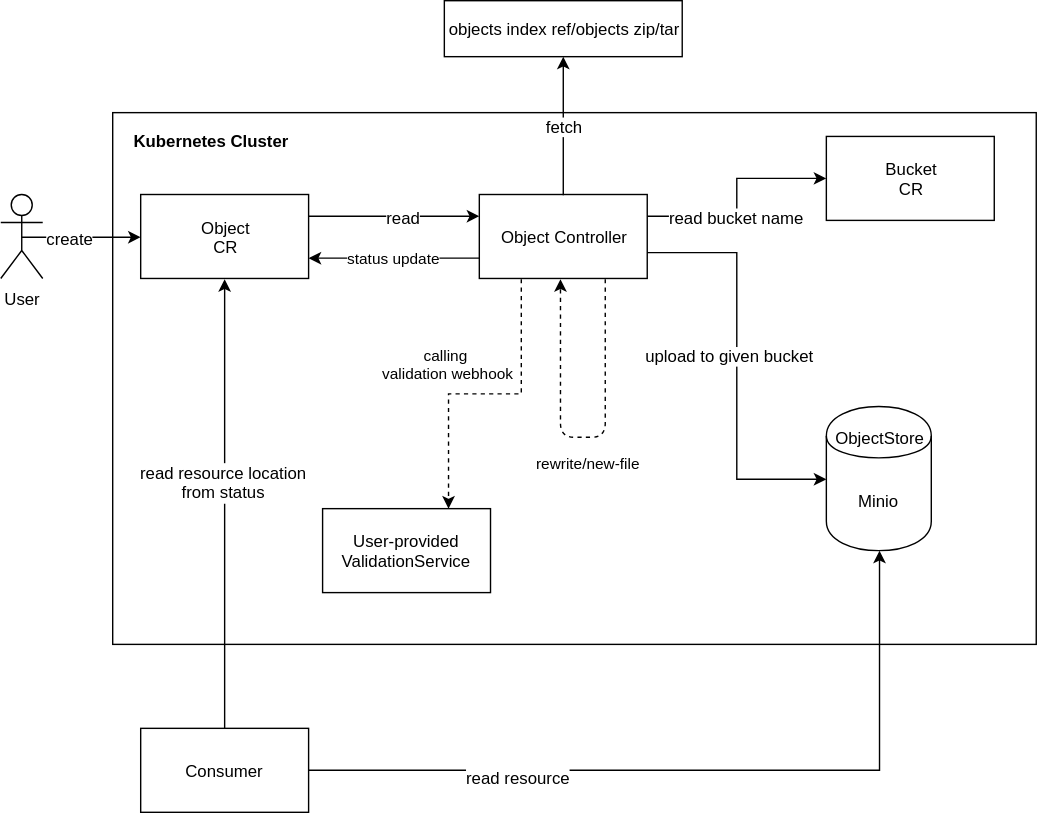
This is sig-and-wg/sig-core/proposals/assets/storage.svg from kyma-project/community, a draw.io export, as it was before one commit. Source tidied: cells renumbered, new cells last; positions are measured from the earlier drawing's top-left corner, leaving out a move shared by most shapes.
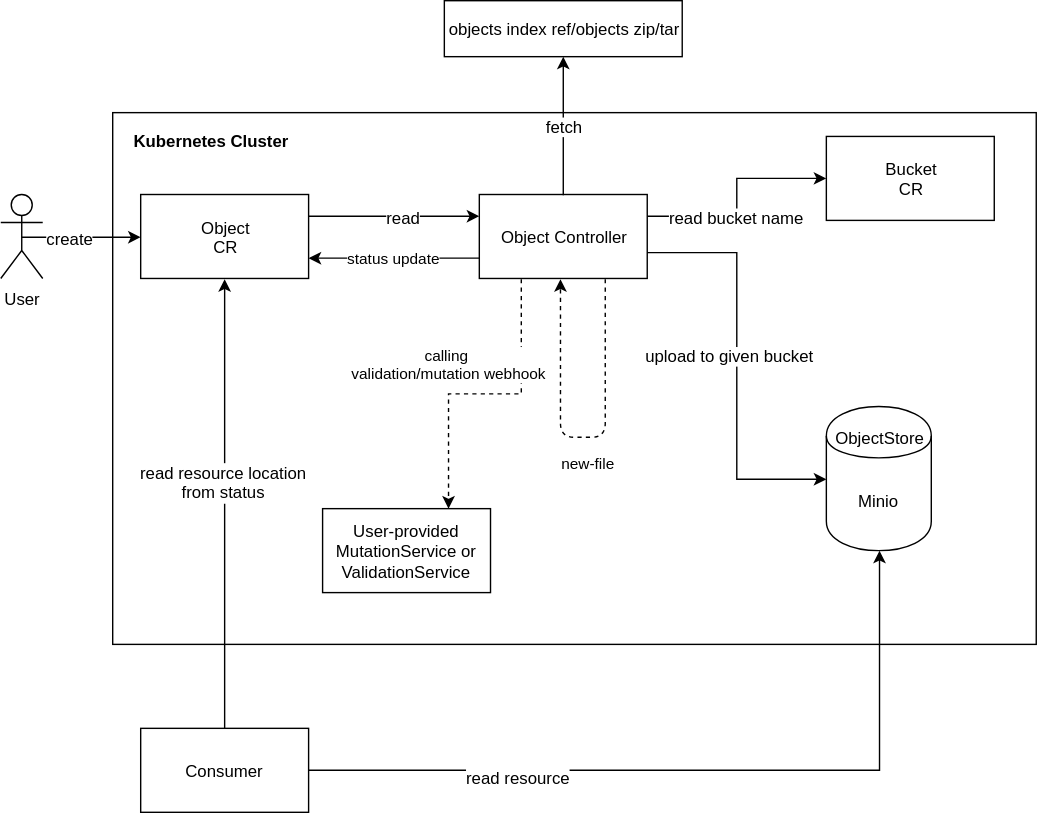
The same diagram one commit later.

What changed in the source:
```diff
@@ -38,7 +38,7 @@
     <mxCell id="10" value="read bucket name" style="text;html=1;align=center;verticalAlign=middle;labelBackgroundColor=#ffffff;" parent="9" vertex="1">
       <mxGeometry x="-0.19" relative="1" as="geometry" />
     </mxCell>
-    <mxCell id="11" value="&lt;span&gt;calling&amp;nbsp;&lt;/span&gt;&lt;br&gt;&lt;span&gt;validation webhook&lt;/span&gt;" style="edgeStyle=orthogonalEdgeStyle;rounded=0;html=1;exitX=0.25;exitY=1;entryX=0.75;entryY=0;dashed=1;jettySize=auto;" parent="1" edge="1" source="12" target="29">
+    <mxCell id="11" value="&lt;span&gt;calling&amp;nbsp;&lt;/span&gt;&lt;br&gt;&lt;span&gt;validation/mutation webhook&lt;/span&gt;" style="edgeStyle=orthogonalEdgeStyle;rounded=0;html=1;exitX=0.25;exitY=1;entryX=0.75;entryY=0;dashed=1;jettySize=auto;" parent="1" edge="1" source="12" target="29">
       <mxGeometry x="0.24" y="-21" relative="1" as="geometry">
         <mxPoint x="21" y="-21" as="offset" />
       </mxGeometry>
@@ -58,7 +58,7 @@
     <mxCell id="16" value="objects index ref/objects zip/tar&lt;br&gt;" style="rounded=0;whiteSpace=wrap;html=1;fillColor=none;align=center;" parent="1" vertex="1">
       <mxGeometry x="317" width="170" height="40" as="geometry" />
     </mxCell>
-    <mxCell id="17" value="rewrite/new-file" style="edgeStyle=orthogonalEdgeStyle;rounded=1;html=1;jettySize=auto;exitX=0.75;exitY=1;dashed=1;" parent="1" edge="1" source="12">
+    <mxCell id="17" value="new-file" style="edgeStyle=orthogonalEdgeStyle;rounded=1;html=1;jettySize=auto;exitX=0.75;exitY=1;dashed=1;" parent="1" edge="1" source="12">
       <mxGeometry x="-0.12" y="-22" relative="1" as="geometry">
         <mxPoint x="400" y="199" as="targetPoint" />
         <Array as="points">
@@ -101,7 +101,7 @@
     <mxCell id="28" value="Bucket&lt;br&gt;CR&lt;br&gt;" style="rounded=0;whiteSpace=wrap;html=1;fillColor=none;align=center;" parent="1" vertex="1">
       <mxGeometry x="590" y="97" width="120" height="60" as="geometry" />
     </mxCell>
-    <mxCell id="29" value="User-provided&lt;br&gt;ValidationService&lt;br&gt;" style="rounded=0;whiteSpace=wrap;html=1;fillColor=none;align=center;" parent="1" vertex="1">
+    <mxCell id="29" value="User-provided&lt;br&gt;MutationService or ValidationService&lt;br&gt;" style="rounded=0;whiteSpace=wrap;html=1;fillColor=none;align=center;" parent="1" vertex="1">
       <mxGeometry x="230" y="363" width="120" height="60" as="geometry" />
     </mxCell>
   </root>
```
